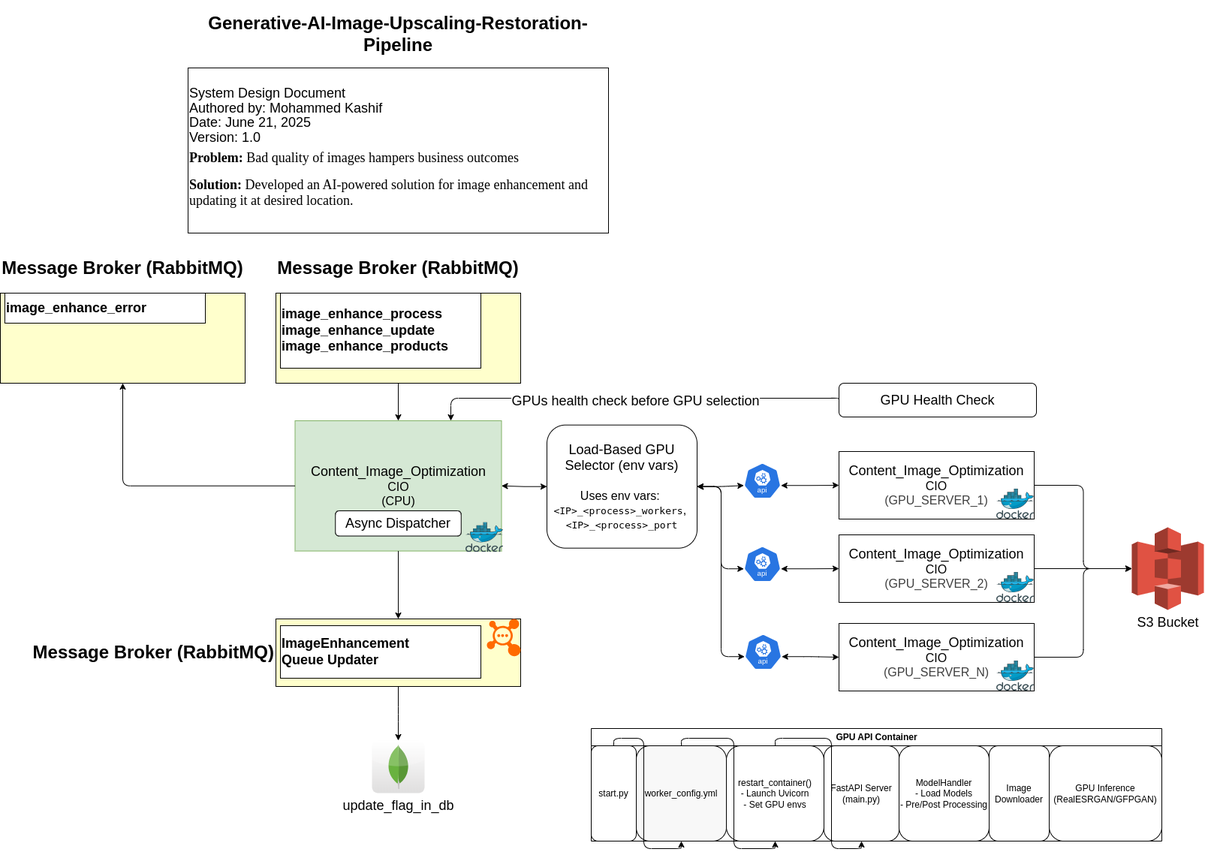
Earlier version of the draw.io export systemDesign.png (KASHIFMD/Generative-AI-Image-Upscaling-Restoration-Pipeline). Source tidied: cells renumbered, new cells last; positions are measured from the earlier drawing's top-left corner, leaving out a move shared by most shapes.
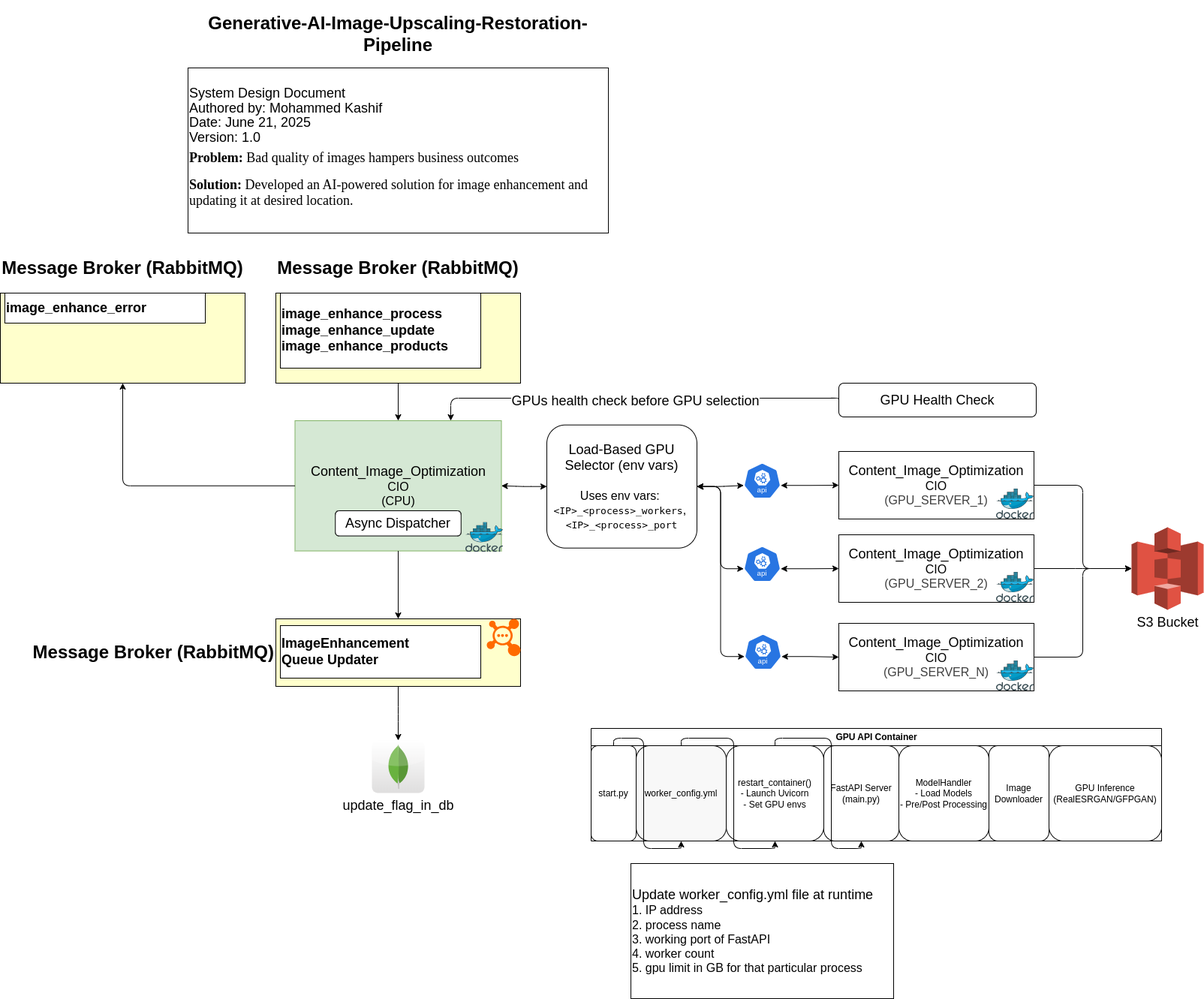
Above is the later version.

Change to the diagram source:
```diff
@@ -205,5 +205,8 @@
     <mxCell id="65" style="edgeStyle=orthogonalEdgeStyle;rounded=1;html=1;" parent="55" edge="1" source="58" target="59">
       <mxGeometry relative="1" as="geometry" />
     </mxCell>
+    <mxCell id="66" value="&lt;span style=&quot;text-wrap-mode: nowrap;&quot;&gt;&lt;font style=&quot;color: rgb(0, 0, 0); font-size: 18px;&quot;&gt;Update worker_config.yml file at runtime&lt;/font&gt;&lt;/span&gt;&lt;div style=&quot;text-wrap-mode: nowrap;&quot;&gt;&lt;font size=&quot;3&quot; style=&quot;color: rgb(0, 0, 0);&quot;&gt;&lt;font&gt;1.&amp;nbsp;&lt;/font&gt;&lt;span style=&quot;background-color: transparent;&quot;&gt;IP address&lt;/span&gt;&lt;/font&gt;&lt;/div&gt;&lt;div style=&quot;text-wrap-mode: nowrap;&quot;&gt;&lt;font size=&quot;3&quot; style=&quot;color: rgb(0, 0, 0);&quot;&gt;&lt;font style=&quot;&quot;&gt;2.&amp;nbsp;&lt;/font&gt;&lt;span style=&quot;background-color: transparent;&quot;&gt;process name&lt;/span&gt;&lt;/font&gt;&lt;/div&gt;&lt;div style=&quot;text-wrap-mode: nowrap;&quot;&gt;&lt;font size=&quot;3&quot; style=&quot;color: rgb(0, 0, 0);&quot;&gt;&lt;font style=&quot;&quot;&gt;3.&amp;nbsp;&lt;/font&gt;&lt;span style=&quot;background-color: transparent;&quot;&gt;working port of FastAPI&lt;/span&gt;&lt;/font&gt;&lt;/div&gt;&lt;div style=&quot;text-wrap-mode: nowrap;&quot;&gt;&lt;font size=&quot;3&quot;&gt;&lt;font style=&quot;color: rgb(0, 0, 0);&quot;&gt;4.&amp;nbsp;&lt;/font&gt;&lt;span style=&quot;background-color: transparent;&quot;&gt;&lt;font style=&quot;color: rgb(0, 0, 0);&quot;&gt;worker count&lt;/font&gt;&lt;/span&gt;&lt;/font&gt;&lt;/div&gt;&lt;div style=&quot;text-wrap-mode: nowrap;&quot;&gt;&lt;font size=&quot;3&quot; style=&quot;color: rgb(0, 0, 0);&quot;&gt;5. gpu limit in GB for that particular process&lt;/font&gt;&lt;/div&gt;" style="rounded=0;whiteSpace=wrap;html=1;align=left;" parent="1" vertex="1">
+      <mxGeometry x="840" y="1150" width="350" height="180" as="geometry" />
+    </mxCell>
   </root>
 </mxGraphModel>
```
